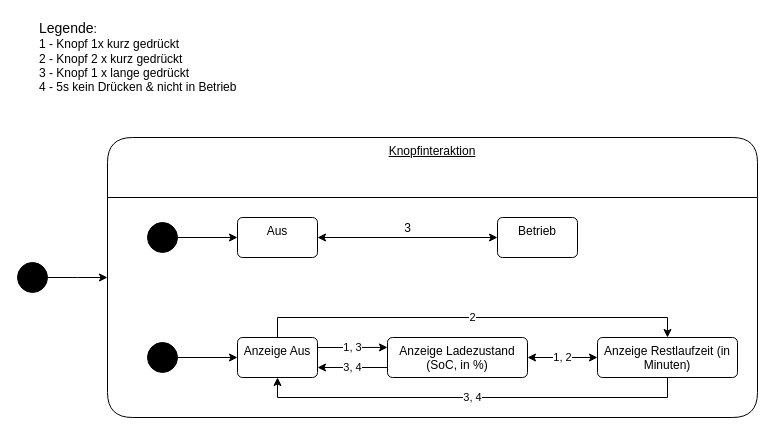
Above: Dokumentation/referenziert/Design/Zustandsdiagramm_Knopfinteraktion.drawio in Arutogerudo/Batteriestandskontrolle_Rasierer (draw.io), before the change. Source tidied: cells renumbered, new cells numbered last; positions are measured from the earlier drawing's top-left corner, leaving out a move shared by most shapes. Both pictures are drawn from the tidied source at 100%, with x=0, y=0 at pixel (17, 17).
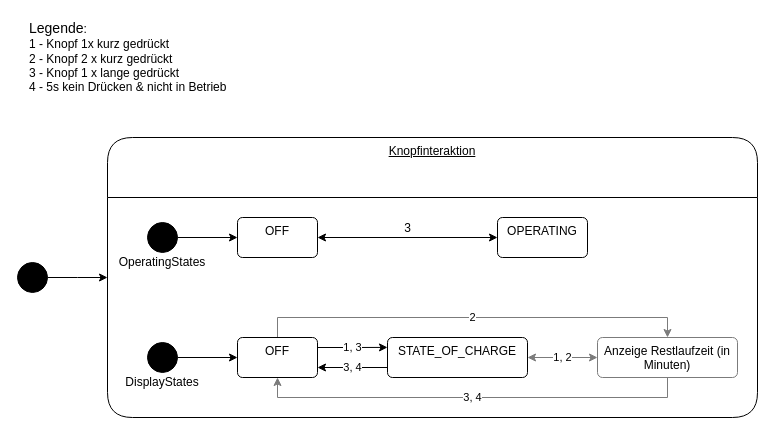
The same page after the edit.

Commit message (it also covers changes not shown here):
Design Zustandsdiagramm auf Englisch, Dokumentation begonnen

Change to the diagram source:
```diff
@@
-    <mxCell id="5" value="Aus" style="html=1;align=center;verticalAlign=top;rounded=1;absoluteArcSize=1;arcSize=10;dashed=0;whiteSpace=wrap;" parent="1" vertex="1">
+    <mxCell id="5" value="OFF" style="html=1;align=center;verticalAlign=top;rounded=1;absoluteArcSize=1;arcSize=10;dashed=0;whiteSpace=wrap;" parent="1" vertex="1">
       <mxGeometry x="220" y="200" width="80" height="40" as="geometry" />
     </mxCell>
@@
-    <mxCell id="7" value="1, 2" style="edgeStyle=orthogonalEdgeStyle;rounded=0;jettySize=auto;html=1;exitX=1;exitY=0.5;exitDx=0;exitDy=0;startArrow=classic;startFill=1;" parent="1" edge="1" source="8" target="11">
+    <mxCell id="7" value="1, 2" style="edgeStyle=orthogonalEdgeStyle;rounded=0;jettySize=auto;html=1;exitX=1;exitY=0.5;exitDx=0;exitDy=0;startArrow=classic;startFill=1;fillColor=#919191;strokeColor=#7B7B7B;" parent="1" edge="1" source="8" target="11">
       <mxGeometry relative="1" as="geometry" />
     </mxCell>
-    <mxCell id="8" value="Anzeige Ladezustand (SoC, in %)" style="html=1;align=center;verticalAlign=top;rounded=1;absoluteArcSize=1;arcSize=10;dashed=0;whiteSpace=wrap;" parent="1" vertex="1">
+    <mxCell id="8" value="STATE_OF_CHARGE" style="html=1;align=center;verticalAlign=top;rounded=1;absoluteArcSize=1;arcSize=10;dashed=0;whiteSpace=wrap;" parent="1" vertex="1">
       <mxGeometry x="370" y="320" width="140" height="40" as="geometry" />
     </mxCell>
-    <mxCell id="9" value="Betrieb" style="html=1;align=center;verticalAlign=top;rounded=1;absoluteArcSize=1;arcSize=10;dashed=0;whiteSpace=wrap;" parent="1" vertex="1">
-      <mxGeometry x="480" y="200" width="80" height="40" as="geometry" />
+    <mxCell id="9" value="OPERATING" style="html=1;align=center;verticalAlign=top;rounded=1;absoluteArcSize=1;arcSize=10;dashed=0;whiteSpace=wrap;" parent="1" vertex="1">
+      <mxGeometry x="480" y="200" width="90" height="40" as="geometry" />
     </mxCell>
-    <mxCell id="10" value="3, 4" style="edgeStyle=orthogonalEdgeStyle;rounded=0;jettySize=auto;html=1;exitX=0.5;exitY=1;exitDx=0;exitDy=0;entryX=0.5;entryY=1;entryDx=0;entryDy=0;" parent="1" edge="1" source="11" target="15">
+    <mxCell id="10" value="3, 4" style="edgeStyle=orthogonalEdgeStyle;rounded=0;jettySize=auto;html=1;exitX=0.5;exitY=1;exitDx=0;exitDy=0;entryX=0.5;entryY=1;entryDx=0;entryDy=0;fillColor=#919191;strokeColor=#7B7B7B;" parent="1" edge="1" source="11" target="15">
       <mxGeometry relative="1" as="geometry" />
     </mxCell>
-    <mxCell id="11" value="Anzeige Restlaufzeit (in Minuten)" style="html=1;align=center;verticalAlign=top;rounded=1;absoluteArcSize=1;arcSize=10;dashed=0;whiteSpace=wrap;" parent="1" vertex="1">
+    <mxCell id="11" value="Anzeige Restlaufzeit (in Minuten)" style="html=1;align=center;verticalAlign=top;rounded=1;absoluteArcSize=1;arcSize=10;dashed=0;whiteSpace=wrap;fillColor=#FFFFFF;strokeColor=#7B7B7B;" parent="1" vertex="1">
       <mxGeometry x="580" y="320" width="140" height="40" as="geometry" />
     </mxCell>
     <mxCell id="12" value="&lt;font style=&quot;font-size: 14px;&quot;&gt;Legende&lt;/font&gt;:&lt;div&gt;1 - Knopf 1x kurz gedrückt&lt;/div&gt;&lt;div&gt;2 - Knopf 2 x kurz gedrückt&lt;/div&gt;&lt;div&gt;3 - Knopf 1 x lange gedrückt&lt;/div&gt;&lt;div&gt;4 - 5s kein Drücken &amp;amp; nicht in Betrieb&lt;/div&gt;" style="text;html=1;align=left;verticalAlign=middle;whiteSpace=wrap;rounded=0;" parent="1" vertex="1">
-      <mxGeometry x="20" width="320" height="80" as="geometry" />
+      <mxGeometry x="10" width="320" height="80" as="geometry" />
     </mxCell>
@@
-    <mxCell id="14" value="2" style="edgeStyle=orthogonalEdgeStyle;rounded=0;jettySize=auto;html=1;exitX=0.5;exitY=0;exitDx=0;exitDy=0;entryX=0.5;entryY=0;entryDx=0;entryDy=0;" parent="1" edge="1" source="15" target="11">
+    <mxCell id="14" value="2" style="edgeStyle=orthogonalEdgeStyle;rounded=0;jettySize=auto;html=1;exitX=0.5;exitY=0;exitDx=0;exitDy=0;entryX=0.5;entryY=0;entryDx=0;entryDy=0;fillColor=#919191;strokeColor=#7B7B7B;" parent="1" edge="1" source="15" target="11">
       <mxGeometry relative="1" as="geometry" />
     </mxCell>
-    <mxCell id="15" value="Anzeige Aus" style="html=1;align=center;verticalAlign=top;rounded=1;absoluteArcSize=1;arcSize=10;dashed=0;whiteSpace=wrap;" parent="1" vertex="1">
+    <mxCell id="15" value="OFF" style="html=1;align=center;verticalAlign=top;rounded=1;absoluteArcSize=1;arcSize=10;dashed=0;whiteSpace=wrap;" parent="1" vertex="1">
       <mxGeometry x="220" y="320" width="80" height="40" as="geometry" />
     </mxCell>
@@
+    <mxCell id="21" value="OperatingStates" style="text;html=1;align=center;verticalAlign=middle;whiteSpace=wrap;rounded=0;" parent="1" vertex="1">
+      <mxGeometry x="115" y="230" width="60" height="30" as="geometry" />
+    </mxCell>
+    <mxCell id="22" value="DisplayStates" style="text;html=1;align=center;verticalAlign=middle;whiteSpace=wrap;rounded=0;" parent="1" vertex="1">
+      <mxGeometry x="115" y="350" width="60" height="30" as="geometry" />
+    </mxCell>
```
